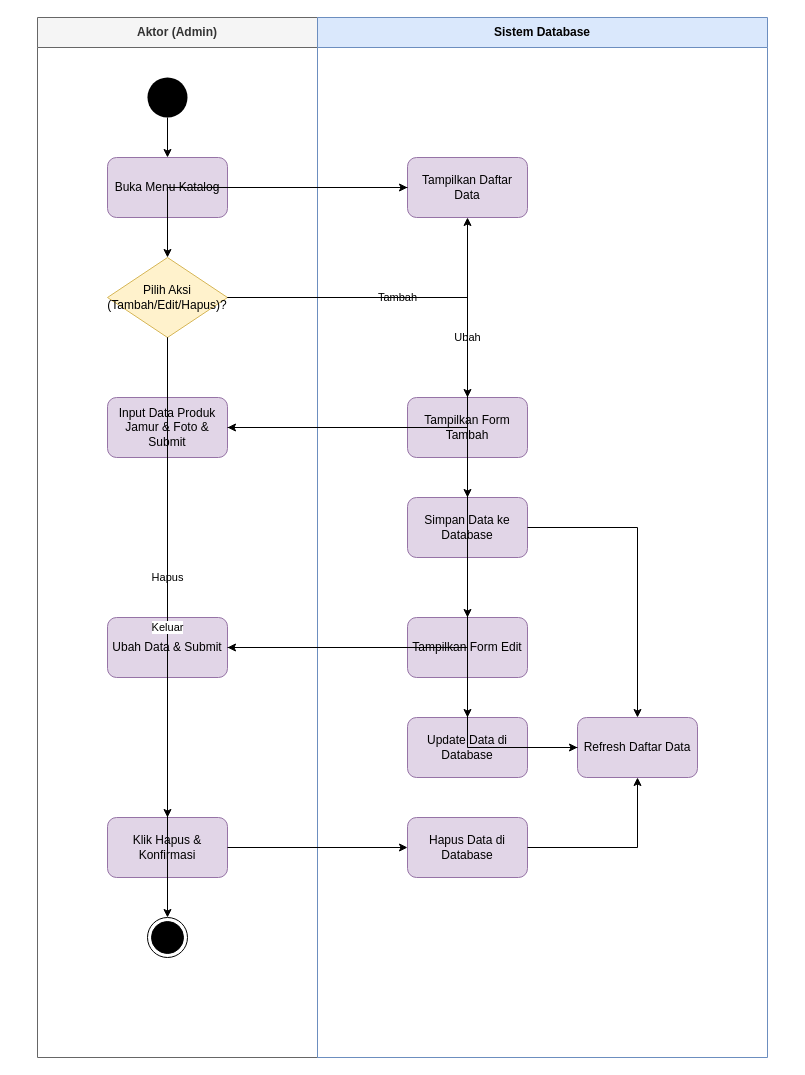
This is page "Admin: Kelola Katalog Produk" (13 of 16) of activity_diagram_lengkap.drawio from DaraAnggunJelita/jamur_tiram, a draw.io file, before an edit. Source tidied: cells renumbered, new cells numbered last; positions are measured from the earlier drawing's top-left corner, leaving out a move shared by most shapes. Both pictures are drawn from the tidied source at 100%, with x=0, y=0 at pixel (37, 17).
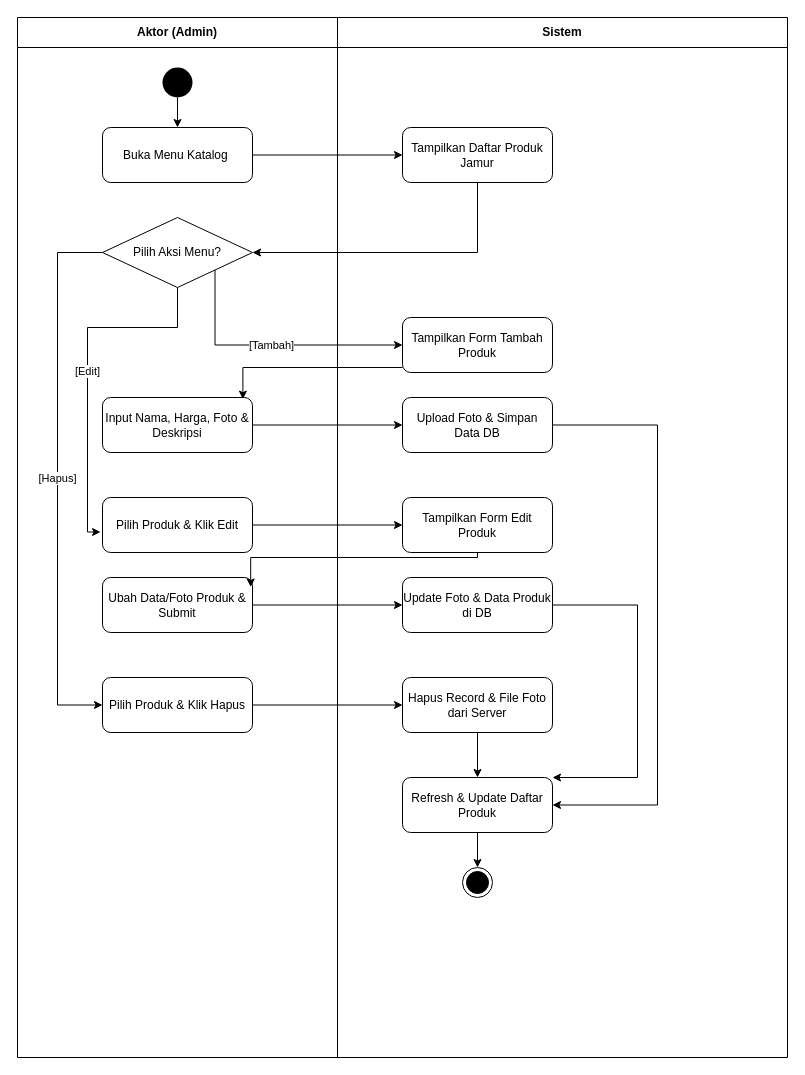
The same page after the edit.

What changed in the source:
```diff
@@
-    <mxCell id="2" value="Aktor (Admin)" style="swimlane;whiteSpace=wrap;html=1;startSize=30;fillColor=#f5f5f5;fontColor=#333333;strokeColor=#666666;" parent="1" vertex="1">
-      <mxGeometry width="280" height="1040" as="geometry" />
+    <mxCell id="2" value="Aktor (Admin)" style="swimlane;whiteSpace=wrap;html=1;startSize=30;" parent="1" vertex="1">
+      <mxGeometry x="-20" width="320" height="1040" as="geometry" />
     </mxCell>
-    <mxCell id="3" value="Sistem Database" style="swimlane;whiteSpace=wrap;html=1;startSize=30;fillColor=#dae8fc;strokeColor=#6c8ebf;" parent="1" vertex="1">
-      <mxGeometry x="280" width="450" height="1040" as="geometry" />
+    <mxCell id="3" value="Sistem" style="swimlane;whiteSpace=wrap;html=1;startSize=30;" parent="1" vertex="1">
+      <mxGeometry x="300" width="450" height="1040" as="geometry" />
     </mxCell>
     <mxCell id="4" style="ellipse;fillColor=#000000;strokeColor=none;html=1;" parent="1" vertex="1">
-      <mxGeometry x="110" y="60" width="40" height="40" as="geometry" />
+      <mxGeometry x="125" y="50" width="30" height="30" as="geometry" />
     </mxCell>
-    <mxCell id="5" value="Buka Menu Katalog" style="rounded=1;whiteSpace=wrap;html=1;fillColor=#e1d5e7;strokeColor=#9673a6;" parent="1" vertex="1">
-      <mxGeometry x="70" y="140" width="120" height="60" as="geometry" />
+    <mxCell id="5" value="Buka Menu Katalog&amp;nbsp;" style="rounded=1;whiteSpace=wrap;html=1;" parent="1" vertex="1">
+      <mxGeometry x="65" y="110" width="150" height="55" as="geometry" />
     </mxCell>
-    <mxCell id="6" value="Tampilkan Daftar Data" style="rounded=1;whiteSpace=wrap;html=1;fillColor=#e1d5e7;strokeColor=#9673a6;" parent="1" vertex="1">
-      <mxGeometry x="370" y="140" width="120" height="60" as="geometry" />
+    <mxCell id="6" value="Tampilkan Daftar Produk Jamur" style="rounded=1;whiteSpace=wrap;html=1;" parent="1" vertex="1">
+      <mxGeometry x="365" y="110" width="150" height="55" as="geometry" />
     </mxCell>
-    <mxCell id="7" value="Pilih Aksi (Tambah/Edit/Hapus)?" style="rhombus;whiteSpace=wrap;html=1;fillColor=#fff2cc;strokeColor=#d6b656;" parent="1" vertex="1">
-      <mxGeometry x="70" y="240" width="120" height="80" as="geometry" />
-    </mxCell>
+    <mxCell id="34" value="Pilih Aksi Menu?" style="rhombus;whiteSpace=wrap;html=1;" parent="1" vertex="1">
+      <mxGeometry x="65" y="200" width="150" height="70" as="geometry" />
+    </mxCell>
-    <mxCell id="8" value="Tampilkan Form Tambah" style="rounded=1;whiteSpace=wrap;html=1;fillColor=#e1d5e7;strokeColor=#9673a6;" parent="1" vertex="1">
-      <mxGeometry x="370" y="380" width="120" height="60" as="geometry" />
+    <mxCell id="8" value="Tampilkan Form Tambah Produk" style="rounded=1;whiteSpace=wrap;html=1;" parent="1" vertex="1">
+      <mxGeometry x="365" y="300" width="150" height="55" as="geometry" />
     </mxCell>
-    <mxCell id="9" value="Input Data Produk Jamur &amp; Foto &amp; Submit" style="rounded=1;whiteSpace=wrap;html=1;fillColor=#e1d5e7;strokeColor=#9673a6;" parent="1" vertex="1">
-      <mxGeometry x="70" y="380" width="120" height="60" as="geometry" />
+    <mxCell id="9" value="Input Nama, Harga, Foto &amp; Deskripsi" style="rounded=1;whiteSpace=wrap;html=1;" parent="1" vertex="1">
+      <mxGeometry x="65" y="380" width="150" height="55" as="geometry" />
     </mxCell>
-    <mxCell id="10" value="Simpan Data ke Database" style="rounded=1;whiteSpace=wrap;html=1;fillColor=#e1d5e7;strokeColor=#9673a6;" parent="1" vertex="1">
-      <mxGeometry x="370" y="480" width="120" height="60" as="geometry" />
+    <mxCell id="10" value="Upload Foto &amp; Simpan Data DB" style="rounded=1;whiteSpace=wrap;html=1;" parent="1" vertex="1">
+      <mxGeometry x="365" y="380" width="150" height="55" as="geometry" />
     </mxCell>
+    <mxCell id="35" value="Pilih Produk &amp; Klik Edit" style="rounded=1;whiteSpace=wrap;html=1;" parent="1" vertex="1">
+      <mxGeometry x="65" y="480" width="150" height="55" as="geometry" />
+    </mxCell>
-    <mxCell id="11" value="Tampilkan Form Edit" style="rounded=1;whiteSpace=wrap;html=1;fillColor=#e1d5e7;strokeColor=#9673a6;" parent="1" vertex="1">
-      <mxGeometry x="370" y="600" width="120" height="60" as="geometry" />
+    <mxCell id="11" value="Tampilkan Form Edit Produk" style="rounded=1;whiteSpace=wrap;html=1;" parent="1" vertex="1">
+      <mxGeometry x="365" y="480" width="150" height="55" as="geometry" />
     </mxCell>
-    <mxCell id="12" value="Ubah Data &amp; Submit" style="rounded=1;whiteSpace=wrap;html=1;fillColor=#e1d5e7;strokeColor=#9673a6;" parent="1" vertex="1">
-      <mxGeometry x="70" y="600" width="120" height="60" as="geometry" />
+    <mxCell id="12" value="Ubah Data/Foto Produk &amp; Submit" style="rounded=1;whiteSpace=wrap;html=1;" parent="1" vertex="1">
+      <mxGeometry x="65" y="560" width="150" height="55" as="geometry" />
     </mxCell>
-    <mxCell id="13" value="Update Data di Database" style="rounded=1;whiteSpace=wrap;html=1;fillColor=#e1d5e7;strokeColor=#9673a6;" parent="1" vertex="1">
-      <mxGeometry x="370" y="700" width="120" height="60" as="geometry" />
+    <mxCell id="13" value="Update Foto &amp; Data Produk di DB" style="rounded=1;whiteSpace=wrap;html=1;" parent="1" vertex="1">
+      <mxGeometry x="365" y="560" width="150" height="55" as="geometry" />
     </mxCell>
-    <mxCell id="14" value="Klik Hapus &amp; Konfirmasi" style="rounded=1;whiteSpace=wrap;html=1;fillColor=#e1d5e7;strokeColor=#9673a6;" parent="1" vertex="1">
-      <mxGeometry x="70" y="800" width="120" height="60" as="geometry" />
-    </mxCell>
-    <mxCell id="15" value="Hapus Data di Database" style="rounded=1;whiteSpace=wrap;html=1;fillColor=#e1d5e7;strokeColor=#9673a6;" parent="1" vertex="1">
-      <mxGeometry x="370" y="800" width="120" height="60" as="geometry" />
-    </mxCell>
-    <mxCell id="16" value="Refresh Daftar Data" style="rounded=1;whiteSpace=wrap;html=1;fillColor=#e1d5e7;strokeColor=#9673a6;" parent="1" vertex="1">
-      <mxGeometry x="540" y="700" width="120" height="60" as="geometry" />
-    </mxCell>
-    <mxCell id="17" style="ellipse;shape=endState;fillColor=#000000;strokeColor=#000000;html=1;" parent="1" vertex="1">
-      <mxGeometry x="110" y="900" width="40" height="40" as="geometry" />
-    </mxCell>
+    <mxCell id="36" value="Pilih Produk &amp; Klik Hapus" style="rounded=1;whiteSpace=wrap;html=1;" parent="1" vertex="1">
+      <mxGeometry x="65" y="660" width="150" height="55" as="geometry" />
+    </mxCell>
+    <mxCell id="37" value="Hapus Record &amp; File Foto dari Server" style="rounded=1;whiteSpace=wrap;html=1;" parent="1" vertex="1">
+      <mxGeometry x="365" y="660" width="150" height="55" as="geometry" />
+    </mxCell>
+    <mxCell id="38" value="Refresh &amp; Update Daftar Produk" style="rounded=1;whiteSpace=wrap;html=1;" parent="1" vertex="1">
+      <mxGeometry x="365" y="760" width="150" height="55" as="geometry" />
+    </mxCell>
+    <mxCell id="39" style="ellipse;shape=endState;fillColor=#000000;strokeColor=#000000;html=1;" parent="1" vertex="1">
+      <mxGeometry x="425" y="850" width="30" height="30" as="geometry" />
+    </mxCell>
-    <mxCell id="18" style="edgeStyle=orthogonalEdgeStyle;rounded=0;html=1;strokeColor=#000000;" parent="1" edge="1" source="4" target="5">
+    <mxCell id="18" style="edgeStyle=orthogonalEdgeStyle;rounded=0;html=1;jettySize=auto;strokeColor=#000000;exitX=0.5;exitY=1;entryX=0.5;entryY=0;" parent="1" edge="1" source="4" target="5">
       <mxGeometry relative="1" as="geometry" />
     </mxCell>
-    <mxCell id="19" style="edgeStyle=orthogonalEdgeStyle;rounded=0;html=1;strokeColor=#000000;" parent="1" edge="1" source="5" target="6">
+    <mxCell id="19" style="edgeStyle=orthogonalEdgeStyle;rounded=0;html=1;jettySize=auto;exitX=1;exitY=0.5;entryX=0;entryY=0.5;" parent="1" edge="1" source="5" target="6">
       <mxGeometry relative="1" as="geometry" />
     </mxCell>
-    <mxCell id="20" style="edgeStyle=orthogonalEdgeStyle;rounded=0;html=1;strokeColor=#000000;" parent="1" edge="1" source="6" target="7">
-      <mxGeometry relative="1" as="geometry" />
+    <mxCell id="20" style="edgeStyle=orthogonalEdgeStyle;rounded=0;html=1;jettySize=auto;exitX=0.5;exitY=1;entryX=1;entryY=0.5;exitDx=0;exitDy=0;" parent="1" edge="1" source="6" target="34">
+      <mxGeometry relative="1" as="geometry">
+        <Array as="points">
+          <mxPoint x="440" y="235" />
+        </Array>
+      </mxGeometry>
     </mxCell>
-    <mxCell id="21" value="Tambah" style="edgeStyle=orthogonalEdgeStyle;rounded=0;html=1;strokeColor=#000000;" parent="1" edge="1" source="7" target="8">
-      <mxGeometry relative="1" as="geometry" />
+    <mxCell id="21" value="[Tambah]" style="edgeStyle=orthogonalEdgeStyle;rounded=0;html=1;jettySize=auto;exitX=1;exitY=1;entryX=0;entryY=0.5;exitDx=0;exitDy=0;" parent="1" edge="1" source="34" target="8">
+      <mxGeometry relative="1" as="geometry">
+        <Array as="points">
+          <mxPoint x="177.4" y="327.4" />
+        </Array>
+      </mxGeometry>
     </mxCell>
-    <mxCell id="22" style="edgeStyle=orthogonalEdgeStyle;rounded=0;html=1;strokeColor=#000000;" parent="1" edge="1" source="8" target="9">
-      <mxGeometry relative="1" as="geometry" />
-    </mxCell>
-    <mxCell id="23" style="edgeStyle=orthogonalEdgeStyle;rounded=0;html=1;strokeColor=#000000;" parent="1" edge="1" source="9" target="10">
+    <mxCell id="23" style="edgeStyle=orthogonalEdgeStyle;rounded=0;html=1;jettySize=auto;exitX=1;exitY=0.5;entryX=0;entryY=0.5;" parent="1" edge="1" source="9" target="10">
       <mxGeometry relative="1" as="geometry" />
     </mxCell>
-    <mxCell id="24" style="edgeStyle=orthogonalEdgeStyle;rounded=0;html=1;strokeColor=#000000;" parent="1" edge="1" source="10" target="16">
-      <mxGeometry relative="1" as="geometry" />
+    <mxCell id="24" style="edgeStyle=orthogonalEdgeStyle;rounded=0;html=1;jettySize=auto;exitX=1;exitY=0.5;entryX=1;entryY=0.5;" parent="1" edge="1" source="10" target="38">
+      <mxGeometry relative="1" as="geometry">
+        <Array as="points">
+          <mxPoint x="620" y="407.4" />
+          <mxPoint x="620" y="787.4" />
+        </Array>
+      </mxGeometry>
     </mxCell>
-    <mxCell id="25" value="Ubah" style="edgeStyle=orthogonalEdgeStyle;rounded=0;html=1;strokeColor=#000000;" parent="1" edge="1" source="7" target="11">
-      <mxGeometry relative="1" as="geometry" />
+    <mxCell id="25" value="[Edit]" style="edgeStyle=orthogonalEdgeStyle;rounded=0;html=1;jettySize=auto;exitX=0.5;exitY=1;entryX=-0.013;entryY=0.627;entryDx=0;entryDy=0;entryPerimeter=0;" parent="1" edge="1" source="34" target="35">
+      <mxGeometry relative="1" as="geometry">
+        <Array as="points">
+          <mxPoint x="140" y="310" />
+          <mxPoint x="50" y="310" />
+          <mxPoint x="50" y="514.5" />
+        </Array>
+      </mxGeometry>
     </mxCell>
-    <mxCell id="26" style="edgeStyle=orthogonalEdgeStyle;rounded=0;html=1;strokeColor=#000000;" parent="1" edge="1" source="11" target="12">
+    <mxCell id="26" style="edgeStyle=orthogonalEdgeStyle;rounded=0;html=1;jettySize=auto;exitX=1;exitY=0.5;entryX=0;entryY=0.5;" parent="1" edge="1" source="35" target="11">
       <mxGeometry relative="1" as="geometry" />
     </mxCell>
-    <mxCell id="27" style="edgeStyle=orthogonalEdgeStyle;rounded=0;html=1;strokeColor=#000000;" parent="1" edge="1" source="12" target="13">
-      <mxGeometry relative="1" as="geometry" />
-    </mxCell>
-    <mxCell id="28" style="edgeStyle=orthogonalEdgeStyle;rounded=0;html=1;strokeColor=#000000;" parent="1" edge="1" source="13" target="16">
+    <mxCell id="28" style="edgeStyle=orthogonalEdgeStyle;rounded=0;html=1;jettySize=auto;exitX=1;exitY=0.5;entryX=0;entryY=0.5;" parent="1" edge="1" source="12" target="13">
       <mxGeometry relative="1" as="geometry" />
     </mxCell>
-    <mxCell id="29" value="Hapus" style="edgeStyle=orthogonalEdgeStyle;rounded=0;html=1;strokeColor=#000000;" parent="1" edge="1" source="7" target="14">
-      <mxGeometry relative="1" as="geometry" />
+    <mxCell id="29" style="edgeStyle=orthogonalEdgeStyle;rounded=0;html=1;jettySize=auto;exitX=1;exitY=0.5;entryX=1;entryY=0;entryDx=0;entryDy=0;" parent="1" edge="1" source="13" target="38">
+      <mxGeometry relative="1" as="geometry">
+        <Array as="points">
+          <mxPoint x="600" y="587.4" />
+          <mxPoint x="600" y="760.3" />
+        </Array>
+      </mxGeometry>
     </mxCell>
-    <mxCell id="30" style="edgeStyle=orthogonalEdgeStyle;rounded=0;html=1;strokeColor=#000000;" parent="1" edge="1" source="14" target="15">
-      <mxGeometry relative="1" as="geometry" />
+    <mxCell id="30" value="[Hapus]" style="edgeStyle=orthogonalEdgeStyle;rounded=0;html=1;jettySize=auto;strokeColor=#000000;exitX=0;exitY=0.5;entryX=0;entryY=0.5;entryDx=0;entryDy=0;" parent="1" edge="1" source="34" target="36">
+      <mxGeometry relative="1" as="geometry">
+        <Array as="points">
+          <mxPoint x="20" y="235" />
+          <mxPoint x="20" y="687.8" />
+        </Array>
+      </mxGeometry>
     </mxCell>
-    <mxCell id="31" style="edgeStyle=orthogonalEdgeStyle;rounded=0;html=1;strokeColor=#000000;" parent="1" edge="1" source="15" target="16">
+    <mxCell id="31" style="edgeStyle=orthogonalEdgeStyle;rounded=0;html=1;jettySize=auto;exitX=1;exitY=0.5;entryX=0;entryY=0.5;" parent="1" edge="1" source="36" target="37">
       <mxGeometry relative="1" as="geometry" />
     </mxCell>
-    <mxCell id="32" style="edgeStyle=orthogonalEdgeStyle;rounded=0;html=1;strokeColor=#000000;" parent="1" edge="1" source="16" target="6">
+    <mxCell id="32" style="edgeStyle=orthogonalEdgeStyle;rounded=0;html=1;jettySize=auto;exitX=0.5;exitY=1;entryX=0.5;entryY=0;" parent="1" edge="1" source="37" target="38">
       <mxGeometry relative="1" as="geometry" />
     </mxCell>
-    <mxCell id="33" value="Keluar" style="edgeStyle=orthogonalEdgeStyle;rounded=0;html=1;strokeColor=#000000;" parent="1" edge="1" source="7" target="17">
+    <mxCell id="33" style="edgeStyle=orthogonalEdgeStyle;rounded=0;html=1;jettySize=auto;strokeColor=#000000;exitX=0.5;exitY=1;entryX=0.5;entryY=0;" parent="1" edge="1" source="38" target="39">
       <mxGeometry relative="1" as="geometry" />
     </mxCell>
+    <mxCell id="22" style="edgeStyle=orthogonalEdgeStyle;rounded=0;jettySize=auto;html=1;entryX=0.936;entryY=0.03;entryDx=0;entryDy=0;entryPerimeter=0;" parent="1" edge="1" source="8" target="9">
+      <mxGeometry relative="1" as="geometry">
+        <Array as="points">
+          <mxPoint x="205.4" y="350" />
+        </Array>
+      </mxGeometry>
+    </mxCell>
+    <mxCell id="40" style="edgeStyle=orthogonalEdgeStyle;rounded=0;jettySize=auto;html=1;entryX=0.988;entryY=0.173;entryDx=0;entryDy=0;entryPerimeter=0;" parent="1" edge="1" source="11" target="12">
+      <mxGeometry relative="1" as="geometry">
+        <Array as="points">
+          <mxPoint x="440" y="540" />
+          <mxPoint x="213.2" y="540" />
+        </Array>
+      </mxGeometry>
+    </mxCell>
```
